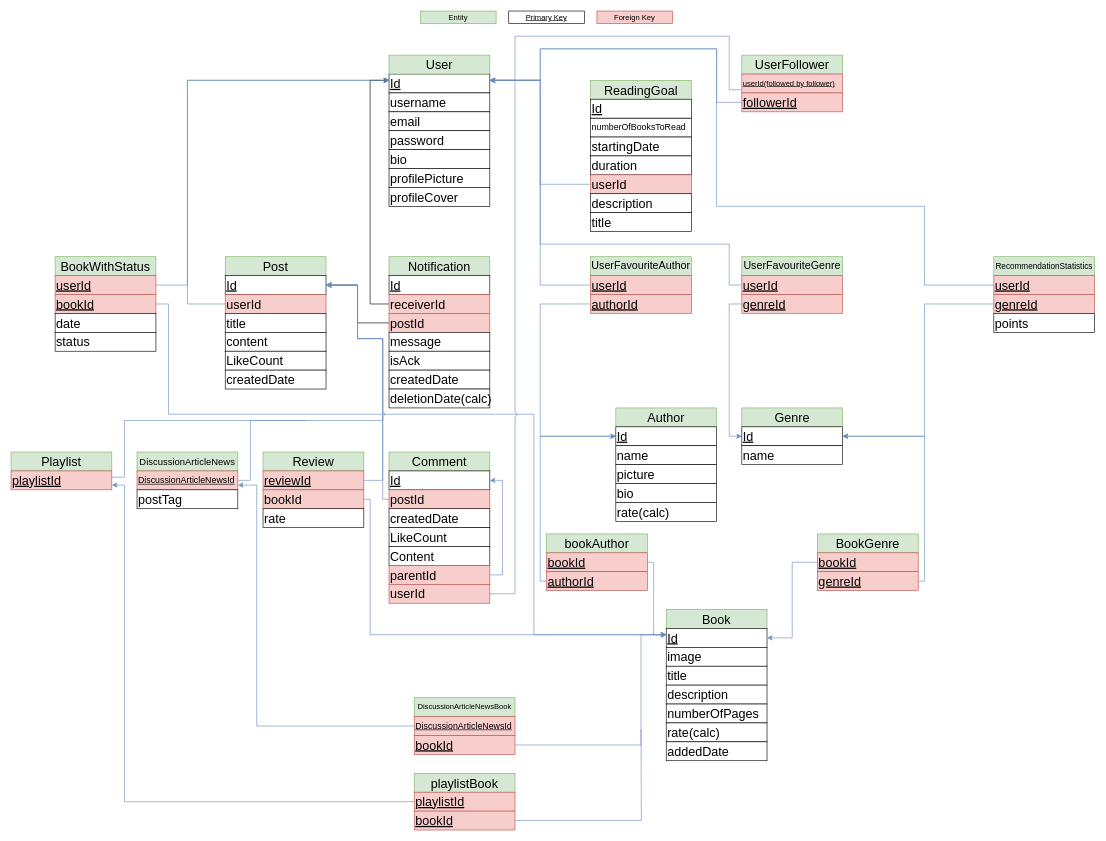
This is page "mapping digaram" (2 of 2) of diagrams.drawio from Yaqra/YaqraApi, a draw.io file, before an edit. Source tidied: cells renumbered, new cells numbered last; positions are measured from the earlier drawing's top-left corner, leaving out a move shared by most shapes. Both pictures are drawn from the tidied source at 63%, with x=0, y=0 at pixel (11, 11).
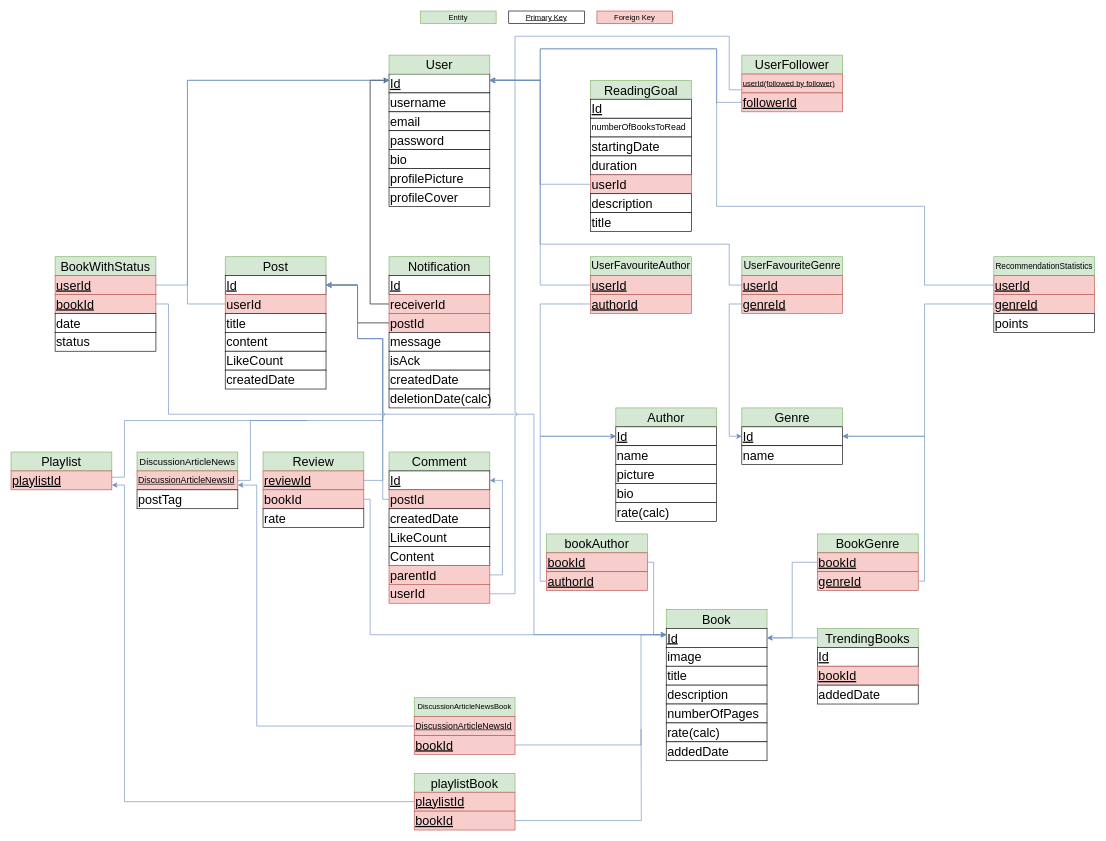
After the change.

The change refers to these unchanged cells:
```xml
<mxCell id="64" value="&lt;font style=&quot;font-size: 20px;&quot;&gt;&lt;u&gt;Id&lt;/u&gt;&lt;/font&gt;" style="rounded=0;whiteSpace=wrap;html=1;align=left;" parent="1" vertex="1">
  <mxGeometry x="1040" y="980" width="160" height="30" as="geometry" />
</mxCell>
```

Change to the diagram source:
```diff
@@
+    <mxCell id="129" style="edgeStyle=orthogonalEdgeStyle;rounded=0;jettySize=auto;html=1;entryX=1;entryY=0.5;entryDx=0;entryDy=0;fillColor=#dae8fc;strokeColor=#6c8ebf;" parent="1" edge="1" source="130" target="64">
+      <mxGeometry relative="1" as="geometry" />
+    </mxCell>
+    <mxCell id="130" value="&lt;span style=&quot;font-size: 20px;&quot;&gt;TrendingBooks&lt;/span&gt;" style="rounded=0;whiteSpace=wrap;html=1;align=center;fillColor=#d5e8d4;strokeColor=#82b366;" parent="1" vertex="1">
+      <mxGeometry x="1280" y="980" width="160" height="30" as="geometry" />
+    </mxCell>
+    <mxCell id="131" value="&lt;font style=&quot;font-size: 20px;&quot;&gt;&lt;u&gt;Id&lt;/u&gt;&lt;/font&gt;" style="rounded=0;whiteSpace=wrap;html=1;align=left;" parent="1" vertex="1">
+      <mxGeometry x="1280" y="1010" width="160" height="30" as="geometry" />
+    </mxCell>
+    <mxCell id="132" value="&lt;font style=&quot;font-size: 20px;&quot;&gt;&lt;u&gt;bookId&lt;/u&gt;&lt;/font&gt;" style="rounded=0;whiteSpace=wrap;html=1;align=left;fillColor=#f8cecc;strokeColor=#b85450;" parent="1" vertex="1">
+      <mxGeometry x="1280" y="1040" width="160" height="30" as="geometry" />
+    </mxCell>
+    <mxCell id="133" value="&lt;span style=&quot;font-size: 20px;&quot;&gt;addedDate&lt;/span&gt;" style="rounded=0;whiteSpace=wrap;html=1;align=left;" parent="1" vertex="1">
+      <mxGeometry x="1280" y="1070" width="160" height="30" as="geometry" />
+    </mxCell>
```
